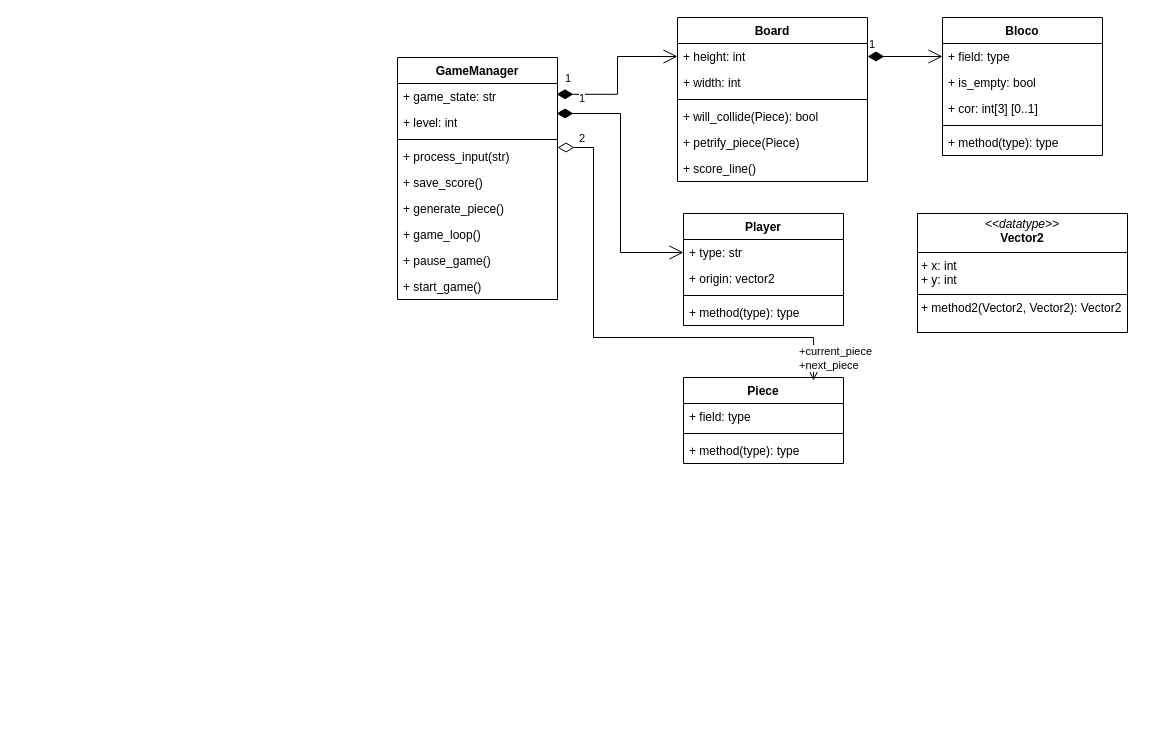
LuizHPio/Fallock keeps this draw.io diagram as UML/fallock-class-diagram.drawio. Above is the earlier version. Source tidied: cells renumbered, new cells numbered last; positions are measured from the earlier drawing's top-left corner, leaving out a move shared by most shapes. Both pictures are drawn from the tidied source at 100%, with x=0, y=0 at pixel (397, 17).
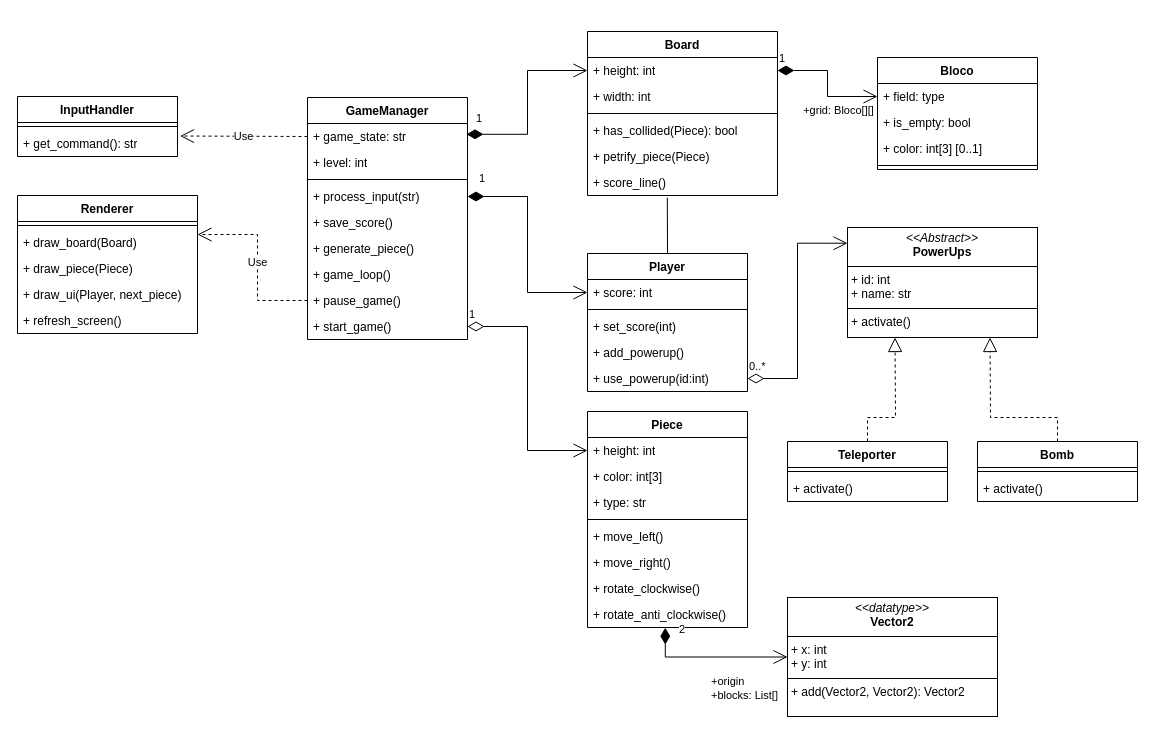
After the change.

Commit message:
finalized class diagram

The change refers to these unchanged cells:
```xml
<mxCell id="3" value="+ game_state: str" style="text;strokeColor=none;fillColor=none;align=left;verticalAlign=top;spacingLeft=4;spacingRight=4;overflow=hidden;points=[[0,0.5],[1,0.5]];portConstraint=eastwest;whiteSpace=wrap;html=1;" parent="2" vertex="1">
  <mxGeometry y="26" width="160" height="26" as="geometry" />
</mxCell>
<mxCell id="4" value="+ level: int" style="text;strokeColor=none;fillColor=none;align=left;verticalAlign=top;spacingLeft=4;spacingRight=4;overflow=hidden;points=[[0,0.5],[1,0.5]];portConstraint=eastwest;whiteSpace=wrap;html=1;" parent="2" vertex="1">
  <mxGeometry y="52" width="160" height="26" as="geometry" />
</mxCell>
<mxCell id="6" value="+ process_input(str)" style="text;strokeColor=none;fillColor=none;align=left;verticalAlign=top;spacingLeft=4;spacingRight=4;overflow=hidden;points=[[0,0.5],[1,0.5]];portConstraint=eastwest;whiteSpace=wrap;html=1;" parent="2" vertex="1">
  <mxGeometry y="86" width="160" height="26" as="geometry" />
</mxCell>
<mxCell id="10" value="+ pause_game()" style="text;strokeColor=none;fillColor=none;align=left;verticalAlign=top;spacingLeft=4;spacingRight=4;overflow=hidden;points=[[0,0.5],[1,0.5]];portConstraint=eastwest;whiteSpace=wrap;html=1;" parent="2" vertex="1">
  <mxGeometry y="190" width="160" height="26" as="geometry" />
</mxCell>
<mxCell id="11" value="+ start_game()" style="text;strokeColor=none;fillColor=none;align=left;verticalAlign=top;spacingLeft=4;spacingRight=4;overflow=hidden;points=[[0,0.5],[1,0.5]];portConstraint=eastwest;whiteSpace=wrap;html=1;" parent="2" vertex="1">
  <mxGeometry y="216" width="160" height="26" as="geometry" />
</mxCell>
<mxCell id="18" value="&lt;div&gt;+ score_line()&lt;/div&gt;" style="text;strokeColor=none;fillColor=none;align=left;verticalAlign=top;spacingLeft=4;spacingRight=4;overflow=hidden;points=[[0,0.5],[1,0.5]];portConstraint=eastwest;whiteSpace=wrap;html=1;" parent="12" vertex="1">
  <mxGeometry y="138" width="190" height="26" as="geometry" />
</mxCell>
<mxCell id="39" value="1" style="endArrow=open;html=1;endSize=12;startArrow=diamondThin;startSize=14;startFill=1;edgeStyle=orthogonalEdgeStyle;align=left;verticalAlign=bottom;rounded=0;exitX=1;exitY=0.5;exitDx=0;exitDy=0;entryX=0;entryY=0.5;entryDx=0;entryDy=0;" parent="1" edge="1" source="13" target="34">
  <mxGeometry x="-1" y="3" relative="1" as="geometry" />
</mxCell>
```

What changed in the source:
```diff
@@
     <mxCell id="2" value="&lt;div&gt;GameManager&lt;/div&gt;" style="swimlane;fontStyle=1;align=center;verticalAlign=top;horizontal=1;startSize=26;whiteSpace=wrap;html=1;" parent="1" vertex="1">
-      <mxGeometry y="40" width="160" height="242" as="geometry" />
+      <mxGeometry x="-90" y="80" width="160" height="242" as="geometry" />
     </mxCell>
@@
     <mxCell id="12" value="Board" style="swimlane;fontStyle=1;align=center;verticalAlign=top;horizontal=1;startSize=26;whiteSpace=wrap;html=1;" parent="1" vertex="1">
-      <mxGeometry x="280" width="190" height="164" as="geometry" />
+      <mxGeometry x="190" y="14" width="190" height="164" as="geometry" />
     </mxCell>
@@
-    <mxCell id="16" value="&lt;div&gt;+ will_collide(Piece): bool&lt;/div&gt;" style="text;strokeColor=none;fillColor=none;align=left;verticalAlign=top;spacingLeft=4;spacingRight=4;overflow=hidden;whiteSpace=wrap;html=1;" parent="12" vertex="1">
+    <mxCell id="16" value="&lt;div&gt;+ has_collided(Piece): bool&lt;/div&gt;" style="text;strokeColor=none;fillColor=none;align=left;verticalAlign=top;spacingLeft=4;spacingRight=4;overflow=hidden;whiteSpace=wrap;html=1;" parent="12" vertex="1">
       <mxGeometry y="86" width="190" height="26" as="geometry" />
     </mxCell>
@@
     <mxCell id="19" value="Player" style="swimlane;fontStyle=1;align=center;verticalAlign=top;horizontal=1;startSize=26;whiteSpace=wrap;html=1;" parent="1" vertex="1">
-      <mxGeometry x="286" y="196" width="160" height="112" as="geometry" />
+      <mxGeometry x="190" y="236" width="160" height="138" as="geometry" />
     </mxCell>
-    <mxCell id="20" value="+ type: str" style="text;strokeColor=none;fillColor=none;align=left;verticalAlign=top;spacingLeft=4;spacingRight=4;overflow=hidden;points=[[0,0.5],[1,0.5]];portConstraint=eastwest;whiteSpace=wrap;html=1;" parent="19" vertex="1">
+    <mxCell id="20" value="+ score: int" style="text;strokeColor=none;fillColor=none;align=left;verticalAlign=top;spacingLeft=4;spacingRight=4;overflow=hidden;points=[[0,0.5],[1,0.5]];portConstraint=eastwest;whiteSpace=wrap;html=1;" parent="19" vertex="1">
       <mxGeometry y="26" width="160" height="26" as="geometry" />
     </mxCell>
-    <mxCell id="21" value="+ origin: vector2" style="text;strokeColor=none;fillColor=none;align=left;verticalAlign=top;spacingLeft=4;spacingRight=4;overflow=hidden;whiteSpace=wrap;html=1;" parent="19" vertex="1">
-      <mxGeometry y="52" width="160" height="26" as="geometry" />
-    </mxCell>
     <mxCell id="22" style="line;strokeWidth=1;fillColor=none;align=left;verticalAlign=middle;spacingTop=-1;spacingLeft=3;spacingRight=3;labelPosition=right;strokeColor=inherit;" parent="19" vertex="1">
-      <mxGeometry y="78" width="160" height="8" as="geometry" />
+      <mxGeometry y="52" width="160" height="8" as="geometry" />
     </mxCell>
+    <mxCell id="40" value="+ set_score(int)" style="text;strokeColor=none;fillColor=none;align=left;verticalAlign=top;spacingLeft=4;spacingRight=4;overflow=hidden;whiteSpace=wrap;html=1;" parent="19" vertex="1">
+      <mxGeometry y="60" width="160" height="26" as="geometry" />
+    </mxCell>
+    <mxCell id="41" value="+ add_powerup()" style="text;strokeColor=none;fillColor=none;align=left;verticalAlign=top;spacingLeft=4;spacingRight=4;overflow=hidden;whiteSpace=wrap;html=1;" parent="19" vertex="1">
+      <mxGeometry y="86" width="160" height="26" as="geometry" />
+    </mxCell>
-    <mxCell id="23" value="+ method(type): type" style="text;strokeColor=none;fillColor=none;align=left;verticalAlign=top;spacingLeft=4;spacingRight=4;overflow=hidden;points=[[0,0.5],[1,0.5]];portConstraint=eastwest;whiteSpace=wrap;html=1;" parent="19" vertex="1">
-      <mxGeometry y="86" width="160" height="26" as="geometry" />
+    <mxCell id="23" value="+ use_powerup(id:int)" style="text;strokeColor=none;fillColor=none;align=left;verticalAlign=top;spacingLeft=4;spacingRight=4;overflow=hidden;points=[[0,0.5],[1,0.5]];portConstraint=eastwest;whiteSpace=wrap;html=1;" parent="19" vertex="1">
+      <mxGeometry y="112" width="160" height="26" as="geometry" />
     </mxCell>
@@
     <mxCell id="25" value="&lt;div&gt;Piece&lt;/div&gt;" style="swimlane;fontStyle=1;align=center;verticalAlign=top;horizontal=1;startSize=26;whiteSpace=wrap;html=1;" parent="1" vertex="1">
-      <mxGeometry x="286" y="360" width="160" height="86" as="geometry" />
+      <mxGeometry x="190" y="394" width="160" height="216" as="geometry" />
     </mxCell>
-    <mxCell id="26" value="+ field: type" style="text;strokeColor=none;fillColor=none;align=left;verticalAlign=top;spacingLeft=4;spacingRight=4;overflow=hidden;points=[[0,0.5],[1,0.5]];portConstraint=eastwest;whiteSpace=wrap;html=1;" parent="25" vertex="1">
+    <mxCell id="26" value="+ height: int" style="text;strokeColor=none;fillColor=none;align=left;verticalAlign=top;spacingLeft=4;spacingRight=4;overflow=hidden;points=[[0,0.5],[1,0.5]];portConstraint=eastwest;whiteSpace=wrap;html=1;" parent="25" vertex="1">
       <mxGeometry y="26" width="160" height="26" as="geometry" />
     </mxCell>
+    <mxCell id="42" value="+ color: int[3]" style="text;strokeColor=none;fillColor=none;align=left;verticalAlign=top;spacingLeft=4;spacingRight=4;overflow=hidden;whiteSpace=wrap;html=1;" parent="25" vertex="1">
+      <mxGeometry y="52" width="160" height="26" as="geometry" />
+    </mxCell>
+    <mxCell id="43" value="+ type: str" style="text;strokeColor=none;fillColor=none;align=left;verticalAlign=top;spacingLeft=4;spacingRight=4;overflow=hidden;whiteSpace=wrap;html=1;" parent="25" vertex="1">
+      <mxGeometry y="78" width="160" height="26" as="geometry" />
+    </mxCell>
     <mxCell id="27" style="line;strokeWidth=1;fillColor=none;align=left;verticalAlign=middle;spacingTop=-1;spacingLeft=3;spacingRight=3;labelPosition=right;strokeColor=inherit;" parent="25" vertex="1">
-      <mxGeometry y="52" width="160" height="8" as="geometry" />
+      <mxGeometry y="104" width="160" height="8" as="geometry" />
     </mxCell>
+    <mxCell id="44" value="+ move_left()" style="text;strokeColor=none;fillColor=none;align=left;verticalAlign=top;spacingLeft=4;spacingRight=4;overflow=hidden;whiteSpace=wrap;html=1;" parent="25" vertex="1">
+      <mxGeometry y="112" width="160" height="26" as="geometry" />
+    </mxCell>
+    <mxCell id="45" value="+ move_right()" style="text;strokeColor=none;fillColor=none;align=left;verticalAlign=top;spacingLeft=4;spacingRight=4;overflow=hidden;whiteSpace=wrap;html=1;" parent="25" vertex="1">
+      <mxGeometry y="138" width="160" height="26" as="geometry" />
+    </mxCell>
+    <mxCell id="46" value="+ rotate_clockwise()" style="text;strokeColor=none;fillColor=none;align=left;verticalAlign=top;spacingLeft=4;spacingRight=4;overflow=hidden;whiteSpace=wrap;html=1;" parent="25" vertex="1">
+      <mxGeometry y="164" width="160" height="26" as="geometry" />
+    </mxCell>
-    <mxCell id="28" value="+ method(type): type" style="text;strokeColor=none;fillColor=none;align=left;verticalAlign=top;spacingLeft=4;spacingRight=4;overflow=hidden;points=[[0,0.5],[1,0.5]];portConstraint=eastwest;whiteSpace=wrap;html=1;" parent="25" vertex="1">
-      <mxGeometry y="60" width="160" height="26" as="geometry" />
+    <mxCell id="28" value="+ rotate_anti_clockwise()" style="text;strokeColor=none;fillColor=none;align=left;verticalAlign=top;spacingLeft=4;spacingRight=4;overflow=hidden;points=[[0,0.5],[1,0.5]];portConstraint=eastwest;whiteSpace=wrap;html=1;" parent="25" vertex="1">
+      <mxGeometry y="190" width="160" height="26" as="geometry" />
     </mxCell>
-    <mxCell id="29" value="&lt;div&gt;2&lt;/div&gt;" style="endArrow=open;html=1;endSize=12;startArrow=diamondThin;startSize=14;startFill=0;edgeStyle=orthogonalEdgeStyle;align=left;verticalAlign=bottom;rounded=0;entryX=0.813;entryY=0.035;entryDx=0;entryDy=0;entryPerimeter=0;exitX=1;exitY=0.154;exitDx=0;exitDy=0;exitPerimeter=0;" parent="1" edge="1" source="6" target="25">
-      <mxGeometry x="-0.92" relative="1" as="geometry">
-        <Array as="points">
-          <mxPoint x="196" y="130" />
-          <mxPoint x="196" y="320" />
-          <mxPoint x="416" y="320" />
-        </Array>
-      </mxGeometry>
-    </mxCell>
-    <mxCell id="30" value="&lt;div align=&quot;left&quot;&gt;+current_piece&lt;br&gt;&lt;div&gt;+next_piece&lt;/div&gt;&lt;/div&gt;" style="edgeLabel;html=1;align=left;verticalAlign=middle;" parent="29" vertex="1">
-      <mxGeometry x="0.73" y="-1" relative="1" as="geometry">
-        <mxPoint x="7" y="19" as="offset" />
-      </mxGeometry>
-    </mxCell>
-    <mxCell id="31" value="1" style="endArrow=open;html=1;endSize=12;startArrow=diamondThin;startSize=14;startFill=1;edgeStyle=orthogonalEdgeStyle;align=left;verticalAlign=bottom;rounded=0;exitX=0.994;exitY=0.154;exitDx=0;exitDy=0;entryX=0;entryY=0.5;entryDx=0;entryDy=0;exitPerimeter=0;" parent="1" edge="1" source="4" target="20">
-      <mxGeometry x="-0.84" y="6" relative="1" as="geometry" />
+    <mxCell id="31" value="1" style="endArrow=open;html=1;endSize=12;startArrow=diamondThin;startSize=14;startFill=1;edgeStyle=orthogonalEdgeStyle;align=left;verticalAlign=bottom;rounded=0;exitX=1;exitY=0.5;exitDx=0;exitDy=0;entryX=0;entryY=0.5;entryDx=0;entryDy=0;" parent="1" edge="1" source="6" target="20">
+      <mxGeometry x="-0.91" y="9" relative="1" as="geometry" />
     </mxCell>
-    <mxCell id="32" value="&lt;p style=&quot;margin:0px;margin-top:4px;text-align:center;&quot;&gt;&lt;i&gt;&amp;lt;&amp;lt;datatype&amp;gt;&amp;gt;&lt;/i&gt;&lt;br&gt;&lt;b&gt;Vector2&lt;/b&gt;&lt;/p&gt;&lt;hr size=&quot;1&quot; style=&quot;border-style:solid;&quot;&gt;&lt;p style=&quot;margin:0px;margin-left:4px;&quot;&gt;+ x: int&lt;br&gt;+ y: int&lt;/p&gt;&lt;hr size=&quot;1&quot; style=&quot;border-style:solid;&quot;&gt;&lt;p style=&quot;margin:0px;margin-left:4px;&quot;&gt;+ method2(Vector2, Vector2): Vector2&lt;/p&gt;" style="verticalAlign=top;align=left;overflow=fill;html=1;whiteSpace=wrap;" parent="1" vertex="1">
-      <mxGeometry x="520" y="196" width="210" height="119" as="geometry" />
+    <mxCell id="32" value="&lt;p style=&quot;margin:0px;margin-top:4px;text-align:center;&quot;&gt;&lt;i&gt;&amp;lt;&amp;lt;datatype&amp;gt;&amp;gt;&lt;/i&gt;&lt;br&gt;&lt;b&gt;Vector2&lt;/b&gt;&lt;/p&gt;&lt;hr size=&quot;1&quot; style=&quot;border-style:solid;&quot;&gt;&lt;p style=&quot;margin:0px;margin-left:4px;&quot;&gt;+ x: int&lt;br&gt;+ y: int&lt;/p&gt;&lt;hr size=&quot;1&quot; style=&quot;border-style:solid;&quot;&gt;&lt;p style=&quot;margin:0px;margin-left:4px;&quot;&gt;+ add(Vector2, Vector2): Vector2&lt;/p&gt;" style="verticalAlign=top;align=left;overflow=fill;html=1;whiteSpace=wrap;" parent="1" vertex="1">
+      <mxGeometry x="390" y="580" width="210" height="119" as="geometry" />
     </mxCell>
     <mxCell id="33" value="Bloco" style="swimlane;fontStyle=1;align=center;verticalAlign=top;horizontal=1;startSize=26;whiteSpace=wrap;html=1;" parent="1" vertex="1">
-      <mxGeometry x="545" width="160" height="138" as="geometry" />
+      <mxGeometry x="480" y="40" width="160" height="112" as="geometry" />
     </mxCell>
@@
-    <mxCell id="36" value="+ cor: int[3] [0..1]" style="text;strokeColor=none;fillColor=none;align=left;verticalAlign=top;spacingLeft=4;spacingRight=4;overflow=hidden;whiteSpace=wrap;html=1;" parent="33" vertex="1">
+    <mxCell id="36" value="+ color: int[3] [0..1]" style="text;strokeColor=none;fillColor=none;align=left;verticalAlign=top;spacingLeft=4;spacingRight=4;overflow=hidden;whiteSpace=wrap;html=1;" parent="33" vertex="1">
       <mxGeometry y="78" width="160" height="26" as="geometry" />
     </mxCell>
@@
-    <mxCell id="38" value="+ method(type): type" style="text;strokeColor=none;fillColor=none;align=left;verticalAlign=top;spacingLeft=4;spacingRight=4;overflow=hidden;whiteSpace=wrap;html=1;" parent="33" vertex="1">
-      <mxGeometry y="112" width="160" height="26" as="geometry" />
-    </mxCell>
@@
+    <mxCell id="47" value="+grid: Bloco[][]" style="edgeLabel;html=1;align=center;verticalAlign=middle;" parent="39" vertex="1">
+      <mxGeometry x="0.5" y="1" relative="1" as="geometry">
+        <mxPoint x="-9" y="14" as="offset" />
+      </mxGeometry>
+    </mxCell>
+    <mxCell id="48" value="&lt;p style=&quot;margin:0px;margin-top:4px;text-align:center;&quot;&gt;&lt;i&gt;&amp;lt;&amp;lt;Abstract&amp;gt;&amp;gt;&lt;/i&gt;&lt;br&gt;&lt;b&gt;PowerUps&lt;/b&gt;&lt;/p&gt;&lt;hr size=&quot;1&quot; style=&quot;border-style:solid;&quot;&gt;&lt;p style=&quot;margin:0px;margin-left:4px;&quot;&gt;+ id: int&lt;br&gt;+ name: str&lt;/p&gt;&lt;hr size=&quot;1&quot; style=&quot;border-style:solid;&quot;&gt;&lt;p style=&quot;margin:0px;margin-left:4px;&quot;&gt;+ activate()&lt;/p&gt;" style="verticalAlign=top;align=left;overflow=fill;html=1;whiteSpace=wrap;" parent="1" vertex="1">
+      <mxGeometry x="450" y="210" width="190" height="110" as="geometry" />
+    </mxCell>
+    <mxCell id="49" value="0..*" style="endArrow=open;html=1;endSize=12;startArrow=diamondThin;startSize=14;startFill=0;edgeStyle=orthogonalEdgeStyle;align=left;verticalAlign=bottom;rounded=0;exitX=1;exitY=0.5;exitDx=0;exitDy=0;entryX=0;entryY=0.143;entryDx=0;entryDy=0;entryPerimeter=0;" parent="1" edge="1" source="23" target="48">
+      <mxGeometry x="-1" y="3" relative="1" as="geometry" />
+    </mxCell>
+    <mxCell id="50" value="Bomb" style="swimlane;fontStyle=1;align=center;verticalAlign=top;horizontal=1;startSize=26;whiteSpace=wrap;html=1;" parent="1" vertex="1">
+      <mxGeometry x="580" y="424" width="160" height="60" as="geometry" />
+    </mxCell>
+    <mxCell id="51" style="line;strokeWidth=1;fillColor=none;align=left;verticalAlign=middle;spacingTop=-1;spacingLeft=3;spacingRight=3;labelPosition=right;strokeColor=inherit;" parent="50" vertex="1">
+      <mxGeometry y="26" width="160" height="8" as="geometry" />
+    </mxCell>
+    <mxCell id="52" value="+ activate()" style="text;strokeColor=none;fillColor=none;align=left;verticalAlign=top;spacingLeft=4;spacingRight=4;overflow=hidden;whiteSpace=wrap;html=1;" parent="50" vertex="1">
+      <mxGeometry y="34" width="160" height="26" as="geometry" />
+    </mxCell>
+    <mxCell id="53" style="endArrow=block;dashed=1;endFill=0;endSize=12;html=1;rounded=0;entryX=0.75;entryY=1;entryDx=0;entryDy=0;exitX=0.5;exitY=0;exitDx=0;exitDy=0;" parent="1" edge="1" source="50" target="48">
+      <mxGeometry relative="1" as="geometry">
+        <Array as="points">
+          <mxPoint x="660" y="400" />
+          <mxPoint x="593" y="400" />
+        </Array>
+      </mxGeometry>
+    </mxCell>
+    <mxCell id="54" value="Teleporter" style="swimlane;fontStyle=1;align=center;verticalAlign=top;horizontal=1;startSize=26;whiteSpace=wrap;html=1;" parent="1" vertex="1">
+      <mxGeometry x="390" y="424" width="160" height="60" as="geometry" />
+    </mxCell>
+    <mxCell id="55" style="line;strokeWidth=1;fillColor=none;align=left;verticalAlign=middle;spacingTop=-1;spacingLeft=3;spacingRight=3;labelPosition=right;strokeColor=inherit;" parent="54" vertex="1">
+      <mxGeometry y="26" width="160" height="8" as="geometry" />
+    </mxCell>
+    <mxCell id="56" value="+ activate()" style="text;strokeColor=none;fillColor=none;align=left;verticalAlign=top;spacingLeft=4;spacingRight=4;overflow=hidden;whiteSpace=wrap;html=1;" parent="54" vertex="1">
+      <mxGeometry y="34" width="160" height="26" as="geometry" />
+    </mxCell>
+    <mxCell id="57" style="endArrow=block;dashed=1;endFill=0;endSize=12;html=1;rounded=0;exitX=0.5;exitY=0;exitDx=0;exitDy=0;entryX=0.25;entryY=1;entryDx=0;entryDy=0;" parent="1" edge="1" source="54" target="48">
+      <mxGeometry relative="1" as="geometry">
+        <Array as="points">
+          <mxPoint x="470" y="400" />
+          <mxPoint x="498" y="400" />
+        </Array>
+      </mxGeometry>
+    </mxCell>
+    <mxCell id="58" value="1" style="endArrow=open;html=1;endSize=12;startArrow=diamondThin;startSize=14;startFill=0;edgeStyle=orthogonalEdgeStyle;align=left;verticalAlign=bottom;rounded=0;exitX=1;exitY=0.5;exitDx=0;exitDy=0;entryX=0;entryY=0.5;entryDx=0;entryDy=0;" parent="1" edge="1" source="11" target="26">
+      <mxGeometry x="-1" y="3" relative="1" as="geometry" />
+    </mxCell>
+    <mxCell id="59" value="InputHandler" style="swimlane;fontStyle=1;align=center;verticalAlign=top;horizontal=1;startSize=26;whiteSpace=wrap;html=1;" parent="1" vertex="1">
+      <mxGeometry x="-380" y="79" width="160" height="60" as="geometry" />
+    </mxCell>
+    <mxCell id="60" style="line;strokeWidth=1;fillColor=none;align=left;verticalAlign=middle;spacingTop=-1;spacingLeft=3;spacingRight=3;labelPosition=right;strokeColor=inherit;" parent="59" vertex="1">
+      <mxGeometry y="26" width="160" height="8" as="geometry" />
+    </mxCell>
+    <mxCell id="61" value="+ get_command(): str" style="text;strokeColor=none;fillColor=none;align=left;verticalAlign=top;spacingLeft=4;spacingRight=4;overflow=hidden;points=[[0,0.5],[1,0.5]];portConstraint=eastwest;whiteSpace=wrap;html=1;" parent="59" vertex="1">
+      <mxGeometry y="34" width="160" height="26" as="geometry" />
+    </mxCell>
+    <mxCell id="62" value="&lt;div&gt;Renderer&lt;/div&gt;" style="swimlane;fontStyle=1;align=center;verticalAlign=top;horizontal=1;startSize=26;whiteSpace=wrap;html=1;" parent="1" vertex="1">
+      <mxGeometry x="-380" y="178" width="180" height="138" as="geometry" />
+    </mxCell>
+    <mxCell id="63" style="line;strokeWidth=1;fillColor=none;align=left;verticalAlign=middle;spacingTop=-1;spacingLeft=3;spacingRight=3;labelPosition=right;strokeColor=inherit;" parent="62" vertex="1">
+      <mxGeometry y="26" width="180" height="8" as="geometry" />
+    </mxCell>
+    <mxCell id="64" value="+ draw_board(Board)" style="text;strokeColor=none;fillColor=none;align=left;verticalAlign=top;spacingLeft=4;spacingRight=4;overflow=hidden;whiteSpace=wrap;html=1;" parent="62" vertex="1">
+      <mxGeometry y="34" width="180" height="26" as="geometry" />
+    </mxCell>
+    <mxCell id="65" value="&lt;div&gt;+ draw_piece(Piece)&lt;/div&gt;" style="text;strokeColor=none;fillColor=none;align=left;verticalAlign=top;spacingLeft=4;spacingRight=4;overflow=hidden;whiteSpace=wrap;html=1;" parent="62" vertex="1">
+      <mxGeometry y="60" width="180" height="26" as="geometry" />
+    </mxCell>
+    <mxCell id="66" value="&lt;div&gt;+ draw_ui(Player, next_piece)&lt;/div&gt;" style="text;strokeColor=none;fillColor=none;align=left;verticalAlign=top;spacingLeft=4;spacingRight=4;overflow=hidden;whiteSpace=wrap;html=1;" parent="62" vertex="1">
+      <mxGeometry y="86" width="180" height="26" as="geometry" />
+    </mxCell>
+    <mxCell id="67" value="+ refresh_screen()" style="text;strokeColor=none;fillColor=none;align=left;verticalAlign=top;spacingLeft=4;spacingRight=4;overflow=hidden;whiteSpace=wrap;html=1;" parent="62" vertex="1">
+      <mxGeometry y="112" width="180" height="26" as="geometry" />
+    </mxCell>
+    <mxCell id="68" value="Use" style="endArrow=open;endSize=12;dashed=1;html=1;rounded=0;entryX=1;entryY=0.5;entryDx=0;entryDy=0;exitX=0;exitY=0.5;exitDx=0;exitDy=0;" parent="1" edge="1" source="10">
+      <mxGeometry relative="1" as="geometry">
+        <mxPoint x="-200" y="217" as="targetPoint" />
+        <Array as="points">
+          <mxPoint x="-140" y="283" />
+          <mxPoint x="-140" y="217" />
+        </Array>
+      </mxGeometry>
+    </mxCell>
+    <mxCell id="69" value="Use" style="endArrow=open;endSize=12;dashed=1;html=1;rounded=0;exitX=0;exitY=0.5;exitDx=0;exitDy=0;entryX=1.016;entryY=0.212;entryDx=0;entryDy=0;entryPerimeter=0;" parent="1" edge="1" source="3" target="61">
+      <mxGeometry relative="1" as="geometry" />
+    </mxCell>
+    <mxCell id="70" style="endArrow=none;html=1;rounded=0;exitX=0.5;exitY=0;exitDx=0;exitDy=0;entryX=0.42;entryY=1.081;entryDx=0;entryDy=0;entryPerimeter=0;" parent="1" edge="1" source="19" target="18">
+      <mxGeometry relative="1" as="geometry" />
+    </mxCell>
+    <mxCell id="29" value="&lt;div&gt;2&lt;/div&gt;" style="endArrow=open;html=1;endSize=12;startArrow=diamondThin;startSize=14;startFill=1;edgeStyle=orthogonalEdgeStyle;align=left;verticalAlign=bottom;rounded=0;entryX=0;entryY=0.5;entryDx=0;entryDy=0;exitX=0.486;exitY=1.007;exitDx=0;exitDy=0;exitPerimeter=0;" parent="1" edge="1" source="28" target="32">
+      <mxGeometry x="-0.86" y="12" relative="1" as="geometry" />
+    </mxCell>
+    <mxCell id="71" value="&lt;div align=&quot;left&quot;&gt;+origin&lt;/div&gt;&lt;div align=&quot;left&quot;&gt;+blocks: List[]&lt;/div&gt;" style="edgeLabel;html=1;align=left;verticalAlign=middle;" parent="29" vertex="1">
+      <mxGeometry x="0.81" y="2" relative="1" as="geometry">
+        <mxPoint x="-63" y="33" as="offset" />
+      </mxGeometry>
+    </mxCell>
```
